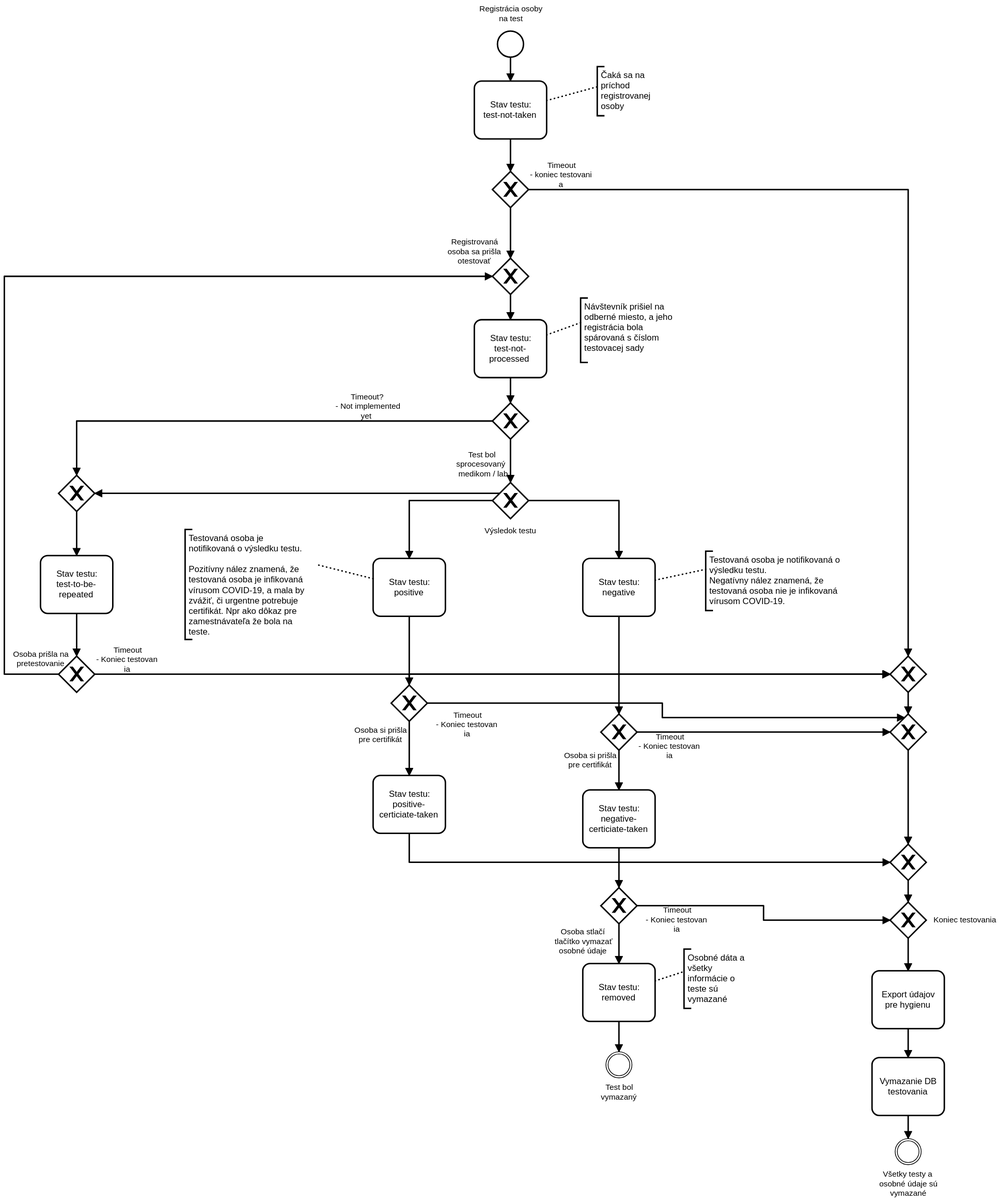
scholtz/covid-sk keeps this BPMN diagram as public/images/process/sk/states-of-test.svg. Above is the earlier version. Its source is kept beside it as public/images/process/sk/states-of-test.bpmn. Ids are renumbered.
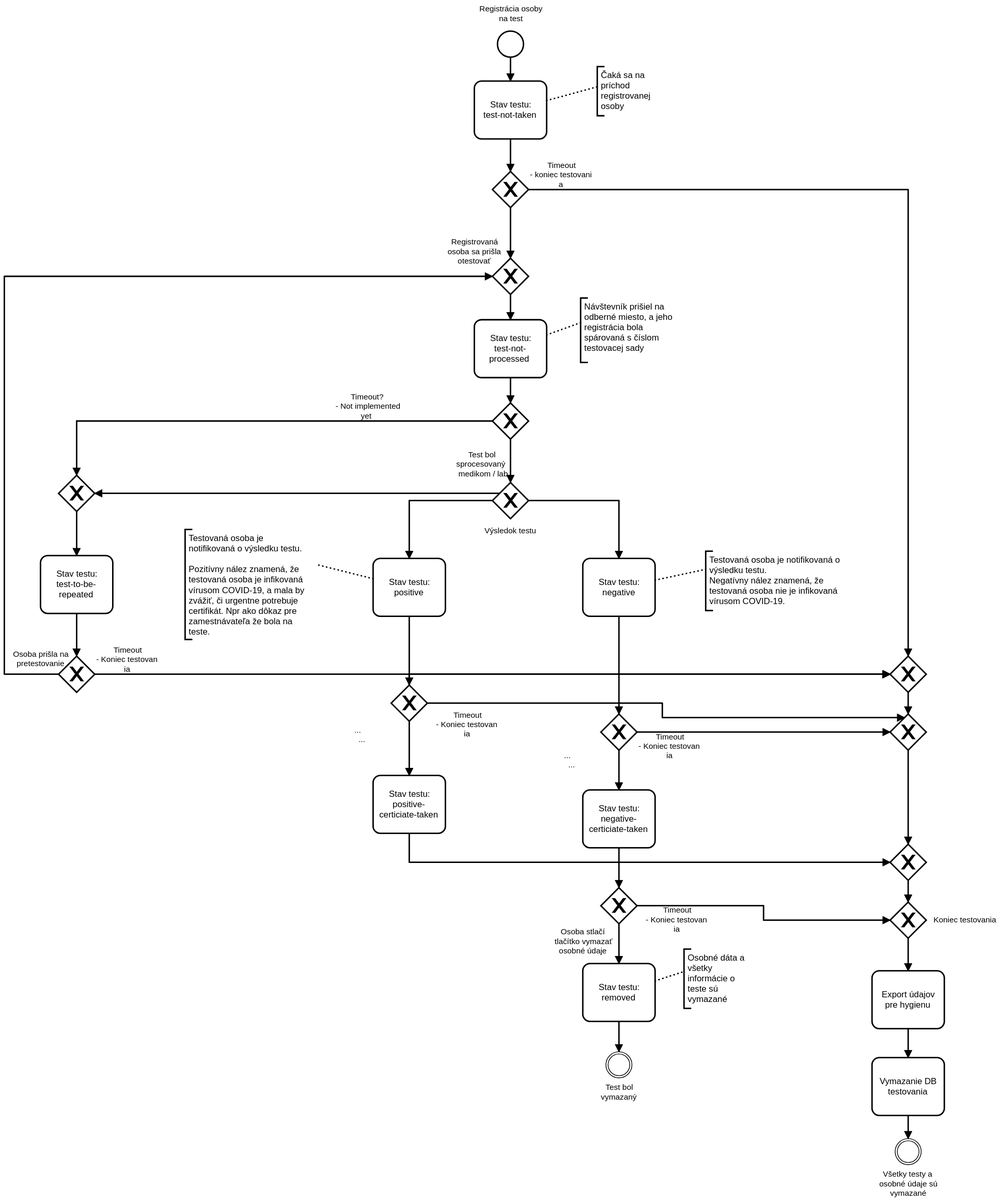
After the commit.

What changed in the source:
```diff
@@ -93,7 +93,7 @@
       <bpmn:incoming>Flow_n28</bpmn:incoming>
       <bpmn:outgoing>Flow_n42</bpmn:outgoing>
     </bpmn:task>
-    <bpmn:sequenceFlow id="Flow_n28" name="Osoba si prišla pre certifikát" sourceRef="Gateway_n26" targetRef="Activity_n41" />
+    <bpmn:sequenceFlow id="Flow_n28" name="..." sourceRef="Gateway_n26" targetRef="Activity_n41" />
     <bpmn:sequenceFlow id="Flow_n42" sourceRef="Activity_n41" targetRef="Gateway_n43" />
     <bpmn:exclusiveGateway id="Gateway_n43">
       <bpmn:incoming>Flow_n42</bpmn:incoming>
@@ -115,7 +115,7 @@
       <bpmn:incoming>Flow_n48</bpmn:incoming>
       <bpmn:outgoing>Flow_n51</bpmn:outgoing>
     </bpmn:task>
-    <bpmn:sequenceFlow id="Flow_n48" name="Osoba si prišla pre certifikát" sourceRef="Gateway_n47" targetRef="Activity_n50" />
+    <bpmn:sequenceFlow id="Flow_n48" name="..." sourceRef="Gateway_n47" targetRef="Activity_n50" />
     <bpmn:exclusiveGateway id="Gateway_n46">
       <bpmn:incoming>Flow_n34</bpmn:incoming>
       <bpmn:incoming>Flow_n49</bpmn:incoming>
```
